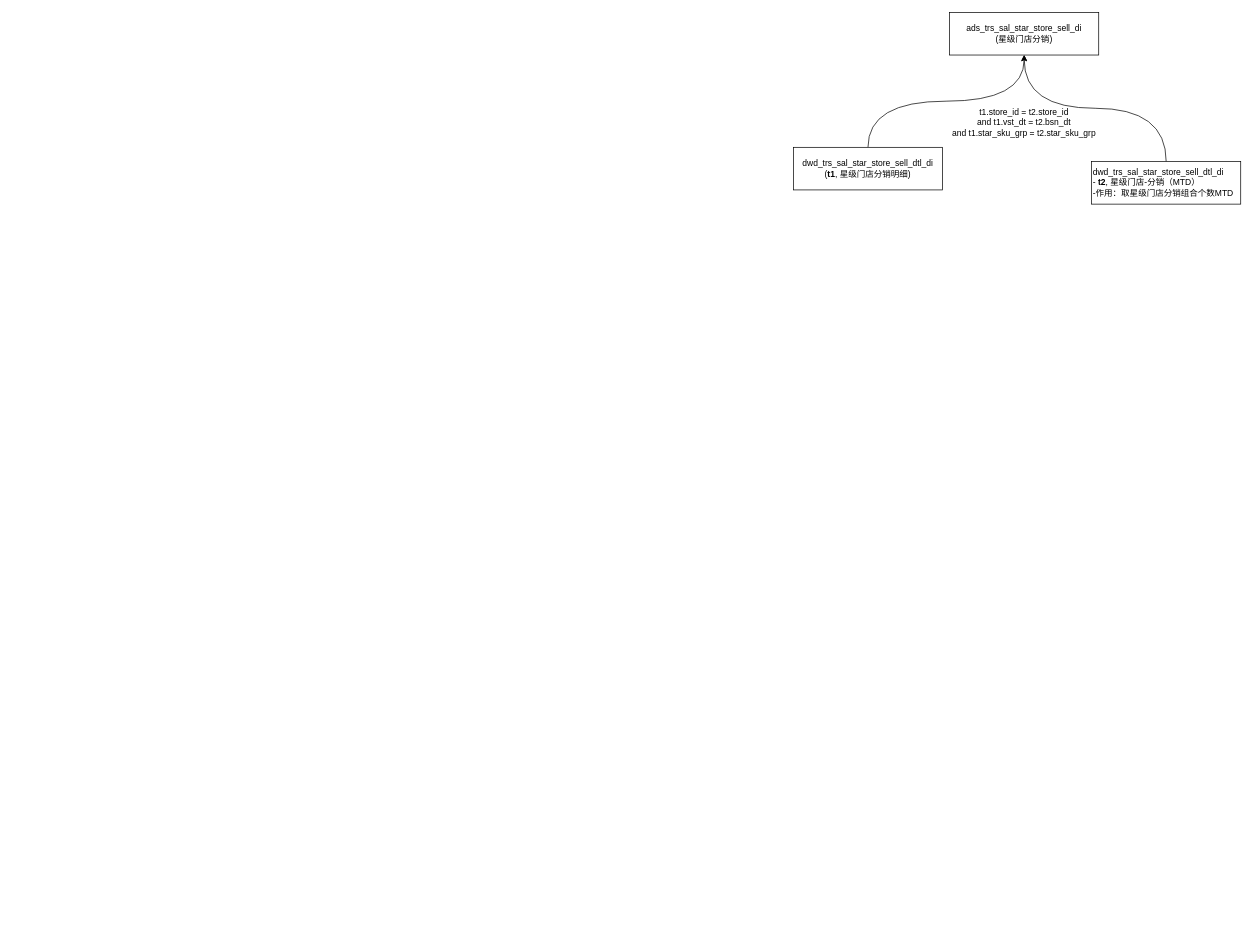
Earlier version of the draw.io diagram star-store-di.drawio (fsJerryChan/fsJerryChan). Source tidied: cells renumbered, new cells numbered last; positions are measured from the earlier drawing's top-left corner, leaving out a move shared by most shapes. Both pictures are drawn from the tidied source at 71%, with x=0, y=0 at pixel (793, 12).
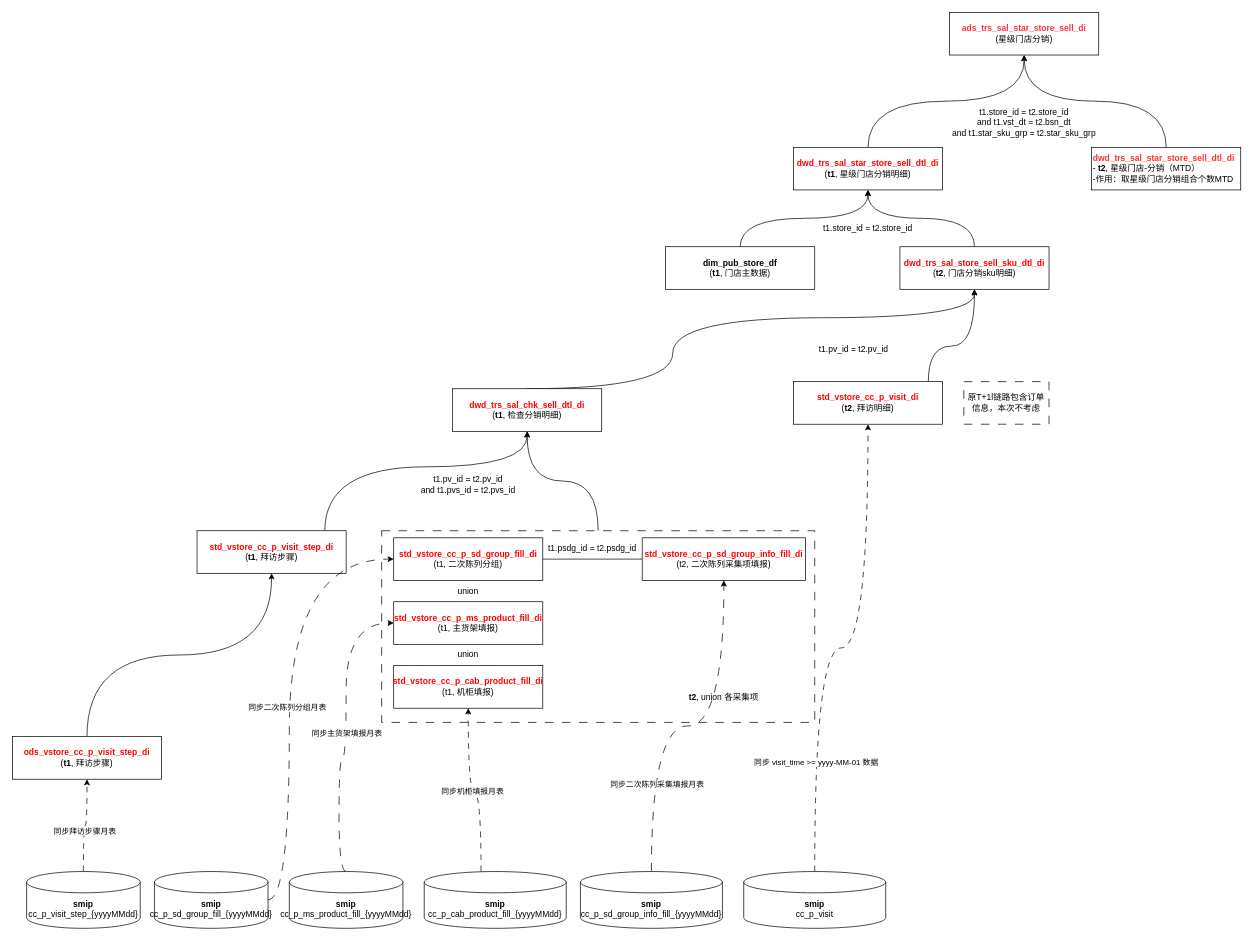
The same diagram, later.

Diff of the diagram source:
```diff
@@
+    <mxCell id="8" style="edgeStyle=orthogonalEdgeStyle;rounded=0;jettySize=auto;html=1;entryX=0.5;entryY=1;entryDx=0;entryDy=0;curved=1;" parent="1" edge="1" source="9" target="16">
+      <mxGeometry relative="1" as="geometry" />
+    </mxCell>
+    <mxCell id="9" style="rounded=0;whiteSpace=wrap;html=1;dashed=1;dashPattern=12 12;" parent="1" vertex="1">
+      <mxGeometry x="-580" y="730" width="610" height="270" as="geometry" />
+    </mxCell>
-    <mxCell id="2" value="ads_trs_sal_star_store_sell_di&lt;br&gt;(星级门店分销)" style="rounded=0;whiteSpace=wrap;html=1;" parent="1" vertex="1">
+    <mxCell id="2" value="&lt;b&gt;&lt;font color=&quot;#ff3333&quot;&gt;ads_trs_sal_star_store_sell_di&lt;/font&gt;&lt;/b&gt;&lt;br&gt;(星级门店分销)" style="rounded=0;whiteSpace=wrap;html=1;" parent="1" vertex="1">
       <mxGeometry x="220" width="210" height="60" as="geometry" />
     </mxCell>
@@
-    <mxCell id="4" value="dwd_trs_sal_star_store_sell_dtl_di&lt;br&gt;(&lt;b&gt;t1&lt;/b&gt;, 星级门店分销明细)" style="rounded=0;whiteSpace=wrap;html=1;" parent="1" vertex="1">
+    <mxCell id="4" value="&lt;b&gt;&lt;font color=&quot;#ff0000&quot;&gt;dwd_trs_sal_star_store_sell_dtl_di&lt;/font&gt;&lt;/b&gt;&lt;br&gt;(&lt;b&gt;t1&lt;/b&gt;, 星级门店分销明细)" style="rounded=0;whiteSpace=wrap;html=1;" parent="1" vertex="1">
       <mxGeometry y="190" width="210" height="60" as="geometry" />
     </mxCell>
@@
-    <mxCell id="6" value="dwd_trs_sal_star_store_sell_dtl_di&lt;br&gt;-&amp;nbsp;&lt;b&gt;t2&lt;/b&gt;, 星级门店-分销（MTD）&lt;br&gt;-作用：取星级门店分销组合个数MTD" style="rounded=0;whiteSpace=wrap;html=1;align=left;" parent="1" vertex="1">
-      <mxGeometry x="420" y="210" width="210" height="60" as="geometry" />
+    <mxCell id="6" value="&lt;b&gt;&lt;font color=&quot;#ff3333&quot;&gt;dwd_trs_sal_star_store_sell_dtl_di&lt;/font&gt;&lt;/b&gt;&lt;br&gt;-&amp;nbsp;&lt;b&gt;t2&lt;/b&gt;, 星级门店-分销（MTD）&lt;br&gt;-作用：取星级门店分销组合个数MTD" style="rounded=0;whiteSpace=wrap;html=1;align=left;" parent="1" vertex="1">
+      <mxGeometry x="420" y="190" width="210" height="60" as="geometry" />
     </mxCell>
@@
+    <mxCell id="10" style="edgeStyle=orthogonalEdgeStyle;rounded=0;jettySize=auto;html=1;curved=1;" parent="1" edge="1" source="11" target="4">
+      <mxGeometry relative="1" as="geometry" />
+    </mxCell>
+    <mxCell id="11" value="&lt;b&gt;dim_pub_store_df&lt;/b&gt;&lt;br&gt;(&lt;b&gt;t1&lt;/b&gt;, 门店主数据)" style="rounded=0;whiteSpace=wrap;html=1;strokeColor=#000000;" parent="1" vertex="1">
+      <mxGeometry x="-180" y="330" width="210" height="60" as="geometry" />
+    </mxCell>
+    <mxCell id="12" style="edgeStyle=orthogonalEdgeStyle;rounded=0;jettySize=auto;html=1;entryX=0.5;entryY=1;entryDx=0;entryDy=0;curved=1;" parent="1" edge="1" source="13" target="4">
+      <mxGeometry relative="1" as="geometry" />
+    </mxCell>
+    <mxCell id="13" value="&lt;font color=&quot;#ff0000&quot;&gt;&lt;b&gt;dwd_trs_sal_store_sell_sku_dtl_di&lt;/b&gt;&lt;/font&gt;&lt;br&gt;(&lt;b&gt;t2&lt;/b&gt;, 门店分销sku明细)" style="rounded=0;whiteSpace=wrap;html=1;" parent="1" vertex="1">
+      <mxGeometry x="150" y="330" width="210" height="60" as="geometry" />
+    </mxCell>
+    <mxCell id="14" value="t1.store_id = t2.store_id" style="text;strokeColor=none;align=center;fillColor=none;html=1;verticalAlign=middle;whiteSpace=wrap;rounded=0;" parent="1" vertex="1">
+      <mxGeometry x="-10" y="290" width="230" height="30" as="geometry" />
+    </mxCell>
+    <mxCell id="15" style="edgeStyle=orthogonalEdgeStyle;rounded=0;jettySize=auto;html=1;entryX=0.5;entryY=1;entryDx=0;entryDy=0;curved=1;exitX=0.5;exitY=0;exitDx=0;exitDy=0;" parent="1" edge="1" source="16" target="13">
+      <mxGeometry relative="1" as="geometry">
+        <Array as="points">
+          <mxPoint x="-170" y="530" />
+          <mxPoint x="-170" y="430" />
+          <mxPoint x="255" y="430" />
+        </Array>
+      </mxGeometry>
+    </mxCell>
+    <mxCell id="16" value="&lt;b&gt;&lt;font color=&quot;#ff0000&quot;&gt;dwd_trs_sal_chk_sell_dtl_di&lt;/font&gt;&lt;/b&gt;&lt;br&gt;(&lt;b&gt;t1&lt;/b&gt;, 检查分销明细)" style="rounded=0;whiteSpace=wrap;html=1;" parent="1" vertex="1">
+      <mxGeometry x="-480" y="530" width="210" height="60" as="geometry" />
+    </mxCell>
+    <mxCell id="17" style="edgeStyle=orthogonalEdgeStyle;rounded=0;jettySize=auto;html=1;entryX=0.5;entryY=1;entryDx=0;entryDy=0;curved=1;" parent="1" edge="1" source="18" target="13">
+      <mxGeometry relative="1" as="geometry">
+        <Array as="points">
+          <mxPoint x="190" y="470" />
+          <mxPoint x="255" y="470" />
+        </Array>
+      </mxGeometry>
+    </mxCell>
+    <mxCell id="18" value="&lt;font color=&quot;#ff0000&quot;&gt;&lt;b&gt;std_vstore_cc_p_visit_di&lt;/b&gt;&lt;/font&gt;&lt;br&gt;(&lt;b&gt;t2&lt;/b&gt;, 拜访明细)" style="rounded=0;whiteSpace=wrap;html=1;" parent="1" vertex="1">
+      <mxGeometry y="520" width="210" height="60" as="geometry" />
+    </mxCell>
+    <mxCell id="19" value="t1.pv_id = t2.pv_id" style="text;strokeColor=none;align=center;fillColor=none;html=1;verticalAlign=middle;whiteSpace=wrap;rounded=0;" parent="1" vertex="1">
+      <mxGeometry x="-30" y="460" width="230" height="30" as="geometry" />
+    </mxCell>
+    <mxCell id="20" value="原T+1l链路包含订单信息，本次不考虑" style="rounded=0;whiteSpace=wrap;html=1;dashed=1;dashPattern=12 12;" parent="1" vertex="1">
+      <mxGeometry x="240" y="520" width="120" height="60" as="geometry" />
+    </mxCell>
+    <mxCell id="21" style="edgeStyle=orthogonalEdgeStyle;rounded=0;jettySize=auto;html=1;entryX=0.5;entryY=1;entryDx=0;entryDy=0;curved=1;" parent="1" edge="1" source="22" target="16">
+      <mxGeometry relative="1" as="geometry">
+        <Array as="points">
+          <mxPoint x="-660" y="640" />
+          <mxPoint x="-375" y="640" />
+        </Array>
+      </mxGeometry>
+    </mxCell>
+    <mxCell id="22" value="&lt;font color=&quot;#ff0000&quot;&gt;&lt;b&gt;std_vstore_cc_p_visit_step_di&lt;/b&gt;&lt;/font&gt;&lt;br&gt;(&lt;b&gt;t1&lt;/b&gt;, 拜访步骤)" style="rounded=0;whiteSpace=wrap;html=1;" parent="1" vertex="1">
+      <mxGeometry x="-840" y="730" width="210" height="60" as="geometry" />
+    </mxCell>
+    <mxCell id="23" style="edgeStyle=orthogonalEdgeStyle;rounded=0;jettySize=auto;html=1;entryX=0;entryY=0.5;entryDx=0;entryDy=0;endArrow=none;endFill=0;" parent="1" edge="1" source="24" target="25">
+      <mxGeometry relative="1" as="geometry" />
+    </mxCell>
+    <mxCell id="24" value="&lt;b style=&quot;color: rgb(255, 0, 0);&quot;&gt;std_vstore_cc_p_sd_group_fill_di&lt;/b&gt;&lt;br&gt;(t1, 二次陈列分组)" style="rounded=0;whiteSpace=wrap;html=1;" parent="1" vertex="1">
+      <mxGeometry x="-563" y="740" width="210" height="60" as="geometry" />
+    </mxCell>
+    <mxCell id="25" value="&lt;b style=&quot;color: rgb(255, 0, 0);&quot;&gt;std_vstore_cc_p_sd_group_info_fill_di&lt;/b&gt;&lt;br&gt;(t2, 二次陈列采集项填报)" style="rounded=0;whiteSpace=wrap;html=1;" parent="1" vertex="1">
+      <mxGeometry x="-213" y="740" width="230" height="60" as="geometry" />
+    </mxCell>
+    <mxCell id="26" value="t1.psdg_id = t2.psdg_id" style="text;strokeColor=none;align=center;fillColor=none;html=1;verticalAlign=middle;whiteSpace=wrap;rounded=0;" parent="1" vertex="1">
+      <mxGeometry x="-353" y="740" width="140" height="30" as="geometry" />
+    </mxCell>
+    <mxCell id="27" value="&lt;font color=&quot;#ff0000&quot;&gt;&lt;b&gt;std_vstore_cc_p_ms_product_fill_di&lt;/b&gt;&lt;/font&gt;&lt;br&gt;(t1, 主货架填报)" style="rounded=0;whiteSpace=wrap;html=1;" parent="1" vertex="1">
+      <mxGeometry x="-563" y="830" width="210" height="60" as="geometry" />
+    </mxCell>
+    <mxCell id="28" value="&lt;b&gt;&lt;font color=&quot;#ff0000&quot;&gt;std_vstore_cc_p_cab_product_fill_di&lt;/font&gt;&lt;/b&gt;&lt;br&gt;(t1, 机柜填报)" style="rounded=0;whiteSpace=wrap;html=1;" parent="1" vertex="1">
+      <mxGeometry x="-563" y="920" width="210" height="60" as="geometry" />
+    </mxCell>
+    <mxCell id="29" value="union" style="text;strokeColor=none;align=center;fillColor=none;html=1;verticalAlign=middle;whiteSpace=wrap;rounded=0;" parent="1" vertex="1">
+      <mxGeometry x="-488" y="800" width="60" height="30" as="geometry" />
+    </mxCell>
+    <mxCell id="30" value="union" style="text;strokeColor=none;align=center;fillColor=none;html=1;verticalAlign=middle;whiteSpace=wrap;rounded=0;" parent="1" vertex="1">
+      <mxGeometry x="-488" y="890" width="60" height="30" as="geometry" />
+    </mxCell>
+    <mxCell id="31" value="t1.pv_id = t2.pv_id&lt;div&gt;and t1.pvs_id = t2.pvs_id&lt;/div&gt;" style="text;strokeColor=none;align=center;fillColor=none;html=1;verticalAlign=middle;whiteSpace=wrap;rounded=0;" parent="1" vertex="1">
+      <mxGeometry x="-573" y="650" width="230" height="30" as="geometry" />
+    </mxCell>
+    <mxCell id="32" value="&lt;b&gt;t2&lt;/b&gt;, union 各采集项" style="text;strokeColor=none;align=center;fillColor=none;html=1;verticalAlign=middle;whiteSpace=wrap;rounded=0;" parent="1" vertex="1">
+      <mxGeometry x="-213" y="950" width="230" height="30" as="geometry" />
+    </mxCell>
+    <mxCell id="33" style="edgeStyle=orthogonalEdgeStyle;rounded=0;jettySize=auto;html=1;entryX=0.5;entryY=1;entryDx=0;entryDy=0;exitX=0.5;exitY=0;exitDx=0;exitDy=0;curved=1;" parent="1" edge="1" source="34" target="22">
+      <mxGeometry relative="1" as="geometry" />
+    </mxCell>
+    <mxCell id="34" value="&lt;font color=&quot;#ff0000&quot;&gt;&lt;b&gt;ods_vstore_cc_p_visit_step_di&lt;/b&gt;&lt;/font&gt;&lt;br&gt;(&lt;b&gt;t1&lt;/b&gt;, 拜访步骤)" style="rounded=0;whiteSpace=wrap;html=1;" parent="1" vertex="1">
+      <mxGeometry x="-1100" y="1020" width="210" height="60" as="geometry" />
+    </mxCell>
+    <mxCell id="35" style="edgeStyle=orthogonalEdgeStyle;rounded=0;jettySize=auto;html=1;entryX=0.5;entryY=1;entryDx=0;entryDy=0;curved=1;dashed=1;dashPattern=8 8;" parent="1" edge="1" source="37" target="34">
+      <mxGeometry relative="1" as="geometry" />
+    </mxCell>
+    <mxCell id="36" value="同步拜访步骤月表" style="edgeLabel;html=1;align=center;verticalAlign=middle;" parent="35" vertex="1">
+      <mxGeometry x="-0.14" y="-1" relative="1" as="geometry" />
+    </mxCell>
+    <mxCell id="37" value="&lt;b&gt;smip&lt;/b&gt;&lt;br&gt;cc_p_visit_step_{yyyyMMdd}" style="shape=cylinder3;whiteSpace=wrap;html=1;boundedLbl=1;backgroundOutline=1;size=15;" parent="1" vertex="1">
+      <mxGeometry x="-1080" y="1210" width="160" height="80" as="geometry" />
+    </mxCell>
+    <mxCell id="38" style="edgeStyle=orthogonalEdgeStyle;rounded=0;jettySize=auto;html=1;entryX=0;entryY=0.5;entryDx=0;entryDy=0;curved=1;dashed=1;dashPattern=12 12;" parent="1" edge="1" source="40" target="24">
+      <mxGeometry relative="1" as="geometry">
+        <Array as="points">
+          <mxPoint x="-710" y="770" />
+        </Array>
+      </mxGeometry>
+    </mxCell>
+    <mxCell id="39" value="同步二次陈列分组月表" style="edgeLabel;html=1;align=center;verticalAlign=middle;" parent="38" vertex="1">
+      <mxGeometry x="-0.08" y="4" relative="1" as="geometry" />
+    </mxCell>
+    <mxCell id="40" value="&lt;b&gt;smip&lt;/b&gt;&lt;br&gt;cc_p_sd_group_fill_{yyyyMMdd}" style="shape=cylinder3;whiteSpace=wrap;html=1;boundedLbl=1;backgroundOutline=1;size=15;" parent="1" vertex="1">
+      <mxGeometry x="-900" y="1210" width="160" height="80" as="geometry" />
+    </mxCell>
+    <mxCell id="41" style="edgeStyle=orthogonalEdgeStyle;rounded=0;jettySize=auto;html=1;entryX=0;entryY=0.5;entryDx=0;entryDy=0;curved=1;exitX=0.5;exitY=0;exitDx=0;exitDy=0;exitPerimeter=0;dashed=1;dashPattern=12 12;" parent="1" edge="1" source="43" target="27">
+      <mxGeometry relative="1" as="geometry">
+        <Array as="points">
+          <mxPoint x="-640" y="1210" />
+          <mxPoint x="-640" y="1050" />
+          <mxPoint x="-630" y="1050" />
+          <mxPoint x="-630" y="860" />
+        </Array>
+      </mxGeometry>
+    </mxCell>
+    <mxCell id="42" value="同步主货架填报月表" style="edgeLabel;html=1;align=center;verticalAlign=middle;" parent="41" vertex="1">
+      <mxGeometry x="-0.01" relative="1" as="geometry" />
+    </mxCell>
+    <mxCell id="43" value="&lt;b&gt;smip&lt;/b&gt;&lt;br&gt;cc_p_ms_product_fill_{yyyyMMdd}" style="shape=cylinder3;whiteSpace=wrap;html=1;boundedLbl=1;backgroundOutline=1;size=15;" parent="1" vertex="1">
+      <mxGeometry x="-710" y="1210" width="160" height="80" as="geometry" />
+    </mxCell>
+    <mxCell id="44" style="edgeStyle=orthogonalEdgeStyle;rounded=0;jettySize=auto;html=1;entryX=0.5;entryY=1;entryDx=0;entryDy=0;curved=1;dashed=1;dashPattern=8 8;" parent="1" edge="1" source="46" target="28">
+      <mxGeometry relative="1" as="geometry">
+        <Array as="points">
+          <mxPoint x="-440" y="1100" />
+          <mxPoint x="-458" y="1100" />
+        </Array>
+      </mxGeometry>
+    </mxCell>
+    <mxCell id="45" value="同步机柜填报月表" style="edgeLabel;html=1;align=center;verticalAlign=middle;" parent="44" vertex="1">
+      <mxGeometry x="-0.01" y="-4" relative="1" as="geometry" />
+    </mxCell>
+    <mxCell id="46" value="&lt;b&gt;smip&lt;/b&gt;&lt;br&gt;cc_p_cab_product_fill_{yyyyMMdd}" style="shape=cylinder3;whiteSpace=wrap;html=1;boundedLbl=1;backgroundOutline=1;size=15;" parent="1" vertex="1">
+      <mxGeometry x="-520" y="1210" width="200" height="80" as="geometry" />
+    </mxCell>
+    <mxCell id="47" style="edgeStyle=orthogonalEdgeStyle;rounded=0;jettySize=auto;html=1;entryX=0.5;entryY=1;entryDx=0;entryDy=0;curved=1;dashed=1;dashPattern=12 12;" parent="1" edge="1" source="49" target="25">
+      <mxGeometry relative="1" as="geometry" />
+    </mxCell>
+    <mxCell id="48" value="同步二次陈列采集填报月表" style="edgeLabel;html=1;align=center;verticalAlign=middle;" parent="47" vertex="1">
+      <mxGeometry x="-0.52" y="-7" relative="1" as="geometry" />
+    </mxCell>
+    <mxCell id="49" value="&lt;b&gt;smip&lt;/b&gt;&lt;br&gt;cc_p_sd_group_info_fill_{yyyyMMdd}" style="shape=cylinder3;whiteSpace=wrap;html=1;boundedLbl=1;backgroundOutline=1;size=15;" parent="1" vertex="1">
+      <mxGeometry x="-300" y="1210" width="200" height="80" as="geometry" />
+    </mxCell>
+    <mxCell id="50" style="edgeStyle=orthogonalEdgeStyle;rounded=0;jettySize=auto;html=1;entryX=0.5;entryY=1;entryDx=0;entryDy=0;curved=1;dashed=1;dashPattern=8 8;" parent="1" edge="1" source="52" target="18">
+      <mxGeometry relative="1" as="geometry" />
+    </mxCell>
+    <mxCell id="51" value="同步 visit_time &amp;gt;= yyyy-MM-01 数据" style="edgeLabel;html=1;align=center;verticalAlign=middle;" parent="50" vertex="1">
+      <mxGeometry x="-0.56" y="-1" relative="1" as="geometry" />
+    </mxCell>
+    <mxCell id="52" value="&lt;b&gt;smip&lt;/b&gt;&lt;div&gt;cc_p_visit&lt;/div&gt;" style="shape=cylinder3;whiteSpace=wrap;html=1;boundedLbl=1;backgroundOutline=1;size=15;" parent="1" vertex="1">
+      <mxGeometry x="-70" y="1210" width="200" height="80" as="geometry" />
+    </mxCell>
```
